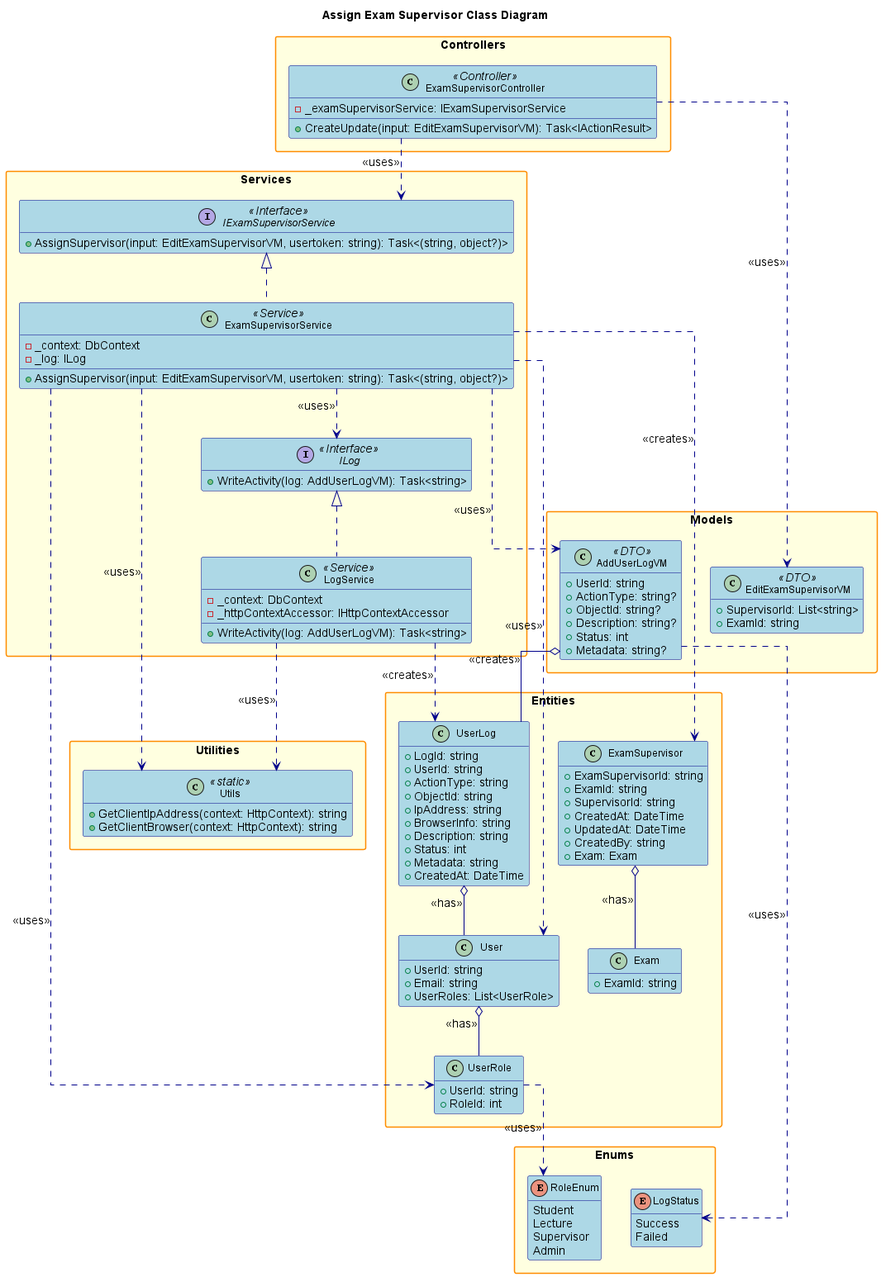
This is design/out/assignexamsupervisor/assignexamsupervisor.png from conghoan1211/AI-Kiosk-Testing-system, a PlantUML export, as it was before one commit.
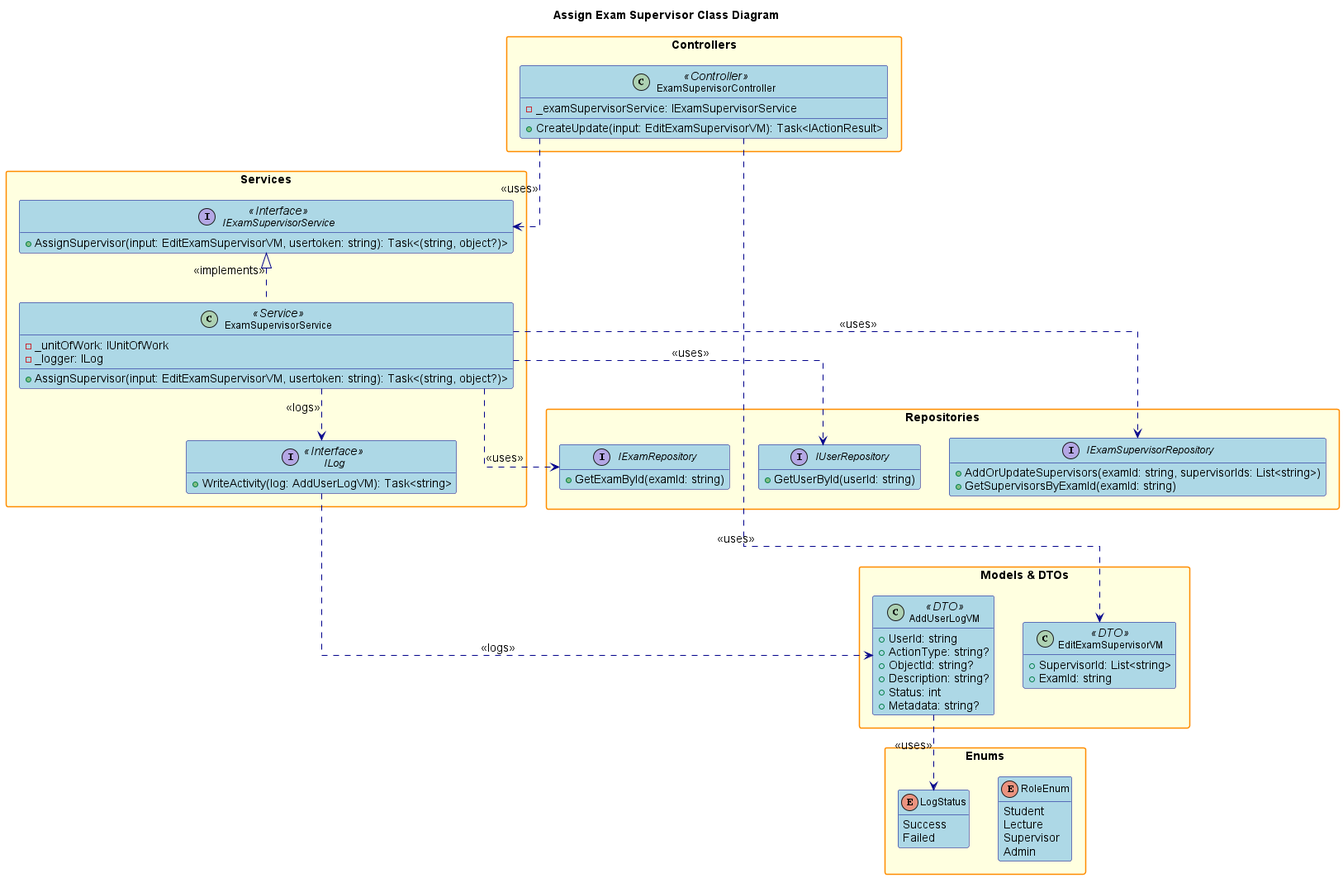
The same diagram one commit later.

Diff of the diagram source:
```diff
@@ -1,6 +1,4 @@
 @startuml
-
-title Assign Exam Supervisor Class Diagram
 
 hide empty members
 skinparam packageStyle rectangle
@@ -25,7 +23,6 @@
     FontSize 14
     FontStyle bold
 }
-
 skinparam interface {
     BackgroundColor LightGreen
     BorderColor DarkGreen
@@ -37,6 +34,8 @@
     BorderColor DarkCyan
     FontSize 12
 }
+
+title Assign Exam Supervisor Class Diagram
 
 package "Controllers" {
     class ExamSupervisorController <<Controller>> {
@@ -50,21 +49,29 @@
         + AssignSupervisor(input: EditExamSupervisorVM, usertoken: string): Task<(string, object?)>
     }
     class ExamSupervisorService <<Service>> {
-        - _context: DbContext
-        - _log: ILog
+        - _unitOfWork: IUnitOfWork
+        - _logger: ILog
         + AssignSupervisor(input: EditExamSupervisorVM, usertoken: string): Task<(string, object?)>
     }
     interface ILog <<Interface>> {
         + WriteActivity(log: AddUserLogVM): Task<string>
     }
-    class LogService <<Service>> {
-        - _context: DbContext
-        - _httpContextAccessor: IHttpContextAccessor
-        + WriteActivity(log: AddUserLogVM): Task<string>
+}
+
+package "Repositories" {
+    interface IExamSupervisorRepository {
+        + AddOrUpdateSupervisors(examId: string, supervisorIds: List<string>)
+        + GetSupervisorsByExamId(examId: string)
+    }
+    interface IUserRepository {
+        + GetUserById(userId: string)
+    }
+    interface IExamRepository {
+        + GetExamById(examId: string)
     }
 }
 
-package "Models" {
+package "Models & DTOs" {
     class EditExamSupervisorVM <<DTO>> {
         + SupervisorId: List<string>
         + ExamId: string
@@ -76,42 +83,6 @@
         + Description: string?
         + Status: int
         + Metadata: string?
-    }
-}
-
-package "Entities" {
-    class ExamSupervisor {
-        + ExamSupervisorId: string
-        + ExamId: string
-        + SupervisorId: string
-        + CreatedAt: DateTime
-        + UpdatedAt: DateTime
-        + CreatedBy: string
-        + Exam: Exam
-    }
-    class Exam {
-        + ExamId: string
-    }
-    class User {
-        + UserId: string
-        + Email: string
-        + UserRoles: List<UserRole>
-    }
-    class UserRole {
-        + UserId: string
-        + RoleId: int
-    }
-    class UserLog {
-        + LogId: string
-        + UserId: string
-        + ActionType: string
-        + ObjectId: string
-        + IpAddress: string
-        + BrowserInfo: string
-        + Description: string
-        + Status: int
-        + Metadata: string
-        + CreatedAt: DateTime
     }
 }
 
@@ -128,30 +99,15 @@
     }
 }
 
-package "Utilities" {
-    class Utils <<static>> {
-        + GetClientIpAddress(context: HttpContext): string
-        + GetClientBrowser(context: HttpContext): string
-    }
-}
+ExamSupervisorController ..> IExamSupervisorService : <<uses>>
+ExamSupervisorController ..> EditExamSupervisorVM : <<uses>>
+IExamSupervisorService <|.. ExamSupervisorService : <<implements>>
+ExamSupervisorService ..> IExamSupervisorRepository : <<uses>>
+ExamSupervisorService ..> IUserRepository : <<uses>>
+ExamSupervisorService ..> IExamRepository : <<uses>>
 
-ExamSupervisorController ..> IExamSupervisorService : <<uses>>
-IExamSupervisorService <|.. ExamSupervisorService
-ExamSupervisorController ..> EditExamSupervisorVM : <<uses>>
-ExamSupervisorService ..> ExamSupervisor : <<creates>>
-ExamSupervisorService ..> User : <<uses>>
-ExamSupervisorService ..> UserRole : <<uses>>
-ExamSupervisorService ..> ILog : <<uses>>
-ExamSupervisorService ..> AddUserLogVM : <<uses>>
-ExamSupervisorService ..> Utils : <<uses>>
-ExamSupervisor o-- Exam : <<has>>
-User o-- UserRole : <<has>>
-UserRole ..> RoleEnum : <<uses>>
-LogService ..> UserLog : <<creates>>
-LogService ..> Utils : <<uses>>
-UserLog o-- User : <<has>>
-AddUserLogVM o-- UserLog : <<creates>>
 AddUserLogVM ..> LogStatus : <<uses>>
-ILog <|.. LogService
+ILog ...> AddUserLogVM : <<logs>>
+ExamSupervisorService ..> ILog : <<logs>>
 
 @enduml
```
